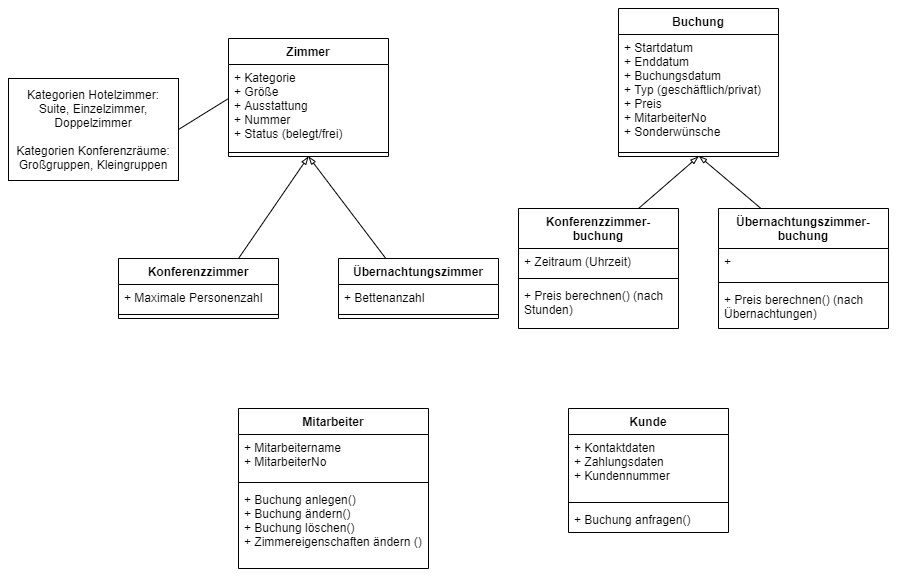
Earlier version of the draw.io export Meeting_Protocols/Projekt_Klassenübersicht.png (fh-erfurt/Businesshotel-Roommanager). Source tidied: cells renumbered, new cells last; positions are measured from the earlier drawing's top-left corner, leaving out a move shared by most shapes.
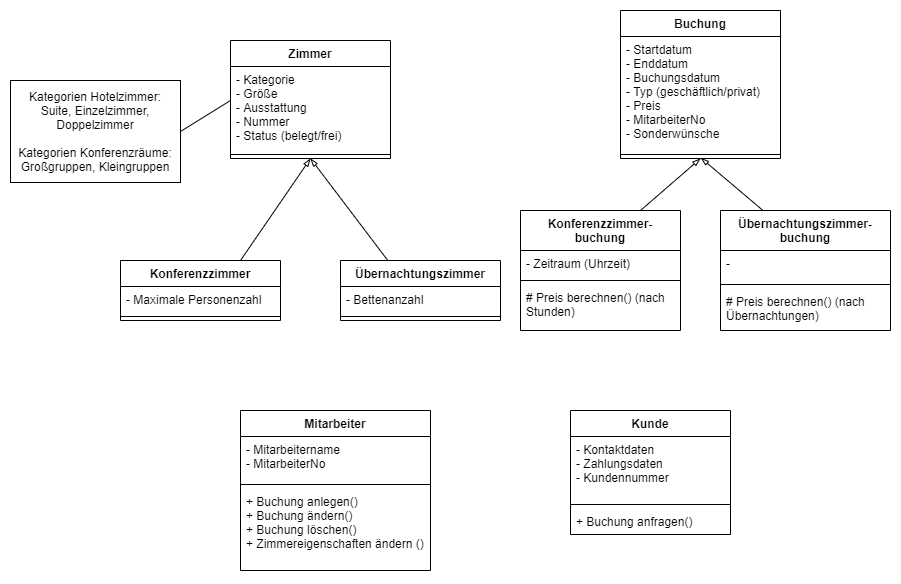
Above is the later version.

Commit message:
Klassenübersicht geändert -Zugriffsmodifikatoren eingepflegt

Diff of the diagram source:
```diff
@@ -11,7 +11,7 @@
     <mxCell id="4" value="Zimmer" style="swimlane;fontStyle=1;align=center;verticalAlign=top;horizontal=1;startSize=26;" parent="1" vertex="1">
       <mxGeometry x="220" y="30" width="160" height="118" as="geometry" />
     </mxCell>
-    <mxCell id="5" value="+ Kategorie &#10;+ Größe&#10;+ Ausstattung&#10;+ Nummer&#10;+ Status (belegt/frei)" style="text;strokeColor=none;fillColor=none;align=left;verticalAlign=top;spacingLeft=4;spacingRight=4;overflow=hidden;points=[[0,0.5],[1,0.5]];portConstraint=eastwest;" parent="4" vertex="1">
+    <mxCell id="5" value="- Kategorie &#10;- Größe&#10;- Ausstattung&#10;- Nummer&#10;- Status (belegt/frei)" style="text;strokeColor=none;fillColor=none;align=left;verticalAlign=top;spacingLeft=4;spacingRight=4;overflow=hidden;points=[[0,0.5],[1,0.5]];portConstraint=eastwest;" parent="4" vertex="1">
       <mxGeometry y="26" width="160" height="84" as="geometry" />
     </mxCell>
     <mxCell id="6" style="line;strokeWidth=1;fillColor=none;align=left;verticalAlign=middle;spacingTop=-1;spacingLeft=3;spacingRight=3;labelPosition=right;" parent="4" vertex="1">
@@ -20,7 +20,7 @@
     <mxCell id="7" value="Mitarbeiter" style="swimlane;fontStyle=1;align=center;verticalAlign=top;horizontal=1;startSize=26;" parent="1" vertex="1">
       <mxGeometry x="230" y="400" width="190" height="160" as="geometry" />
     </mxCell>
-    <mxCell id="8" value="+ Mitarbeitername&#10;+ MitarbeiterNo" style="text;strokeColor=none;fillColor=none;align=left;verticalAlign=top;spacingLeft=4;spacingRight=4;overflow=hidden;" parent="7" vertex="1">
+    <mxCell id="8" value="- Mitarbeitername&#10;- MitarbeiterNo" style="text;strokeColor=none;fillColor=none;align=left;verticalAlign=top;spacingLeft=4;spacingRight=4;overflow=hidden;" parent="7" vertex="1">
       <mxGeometry y="26" width="190" height="44" as="geometry" />
     </mxCell>
     <mxCell id="9" style="line;strokeWidth=1;fillColor=none;align=left;verticalAlign=middle;spacingTop=-1;spacingLeft=3;spacingRight=3;labelPosition=right;" parent="7" vertex="1">
@@ -38,7 +38,7 @@
     <mxCell id="13" value="Buchung" style="swimlane;fontStyle=1;align=center;verticalAlign=top;horizontal=1;startSize=26;" parent="1" vertex="1">
       <mxGeometry x="610" width="160" height="148" as="geometry" />
     </mxCell>
-    <mxCell id="14" value="+ Startdatum&#10;+ Enddatum&#10;+ Buchungsdatum&#10;+ Typ (geschäftlich/privat)&#10;+ Preis&#10;+ MitarbeiterNo&#10;+ Sonderwünsche" style="text;strokeColor=none;fillColor=none;align=left;verticalAlign=top;spacingLeft=4;spacingRight=4;overflow=hidden;" parent="13" vertex="1">
+    <mxCell id="14" value="- Startdatum&#10;- Enddatum&#10;- Buchungsdatum&#10;- Typ (geschäftlich/privat)&#10;- Preis&#10;- MitarbeiterNo&#10;- Sonderwünsche" style="text;strokeColor=none;fillColor=none;align=left;verticalAlign=top;spacingLeft=4;spacingRight=4;overflow=hidden;" parent="13" vertex="1">
       <mxGeometry y="26" width="160" height="114" as="geometry" />
     </mxCell>
     <mxCell id="15" style="line;strokeWidth=1;fillColor=none;align=left;verticalAlign=middle;spacingTop=-1;spacingLeft=3;spacingRight=3;labelPosition=right;points=[];portConstraint=eastwest;" parent="13" vertex="1">
@@ -47,7 +47,7 @@
     <mxCell id="16" value="Kunde" style="swimlane;fontStyle=1;align=center;verticalAlign=top;horizontal=1;startSize=26;" parent="1" vertex="1">
       <mxGeometry x="560" y="400" width="160" height="124" as="geometry" />
     </mxCell>
-    <mxCell id="17" value="+ Kontaktdaten&#10;+ Zahlungsdaten&#10;+ Kundennummer" style="text;strokeColor=none;fillColor=none;align=left;verticalAlign=top;spacingLeft=4;spacingRight=4;overflow=hidden;" parent="16" vertex="1">
+    <mxCell id="17" value="- Kontaktdaten&#10;- Zahlungsdaten&#10;- Kundennummer" style="text;strokeColor=none;fillColor=none;align=left;verticalAlign=top;spacingLeft=4;spacingRight=4;overflow=hidden;" parent="16" vertex="1">
       <mxGeometry y="26" width="160" height="64" as="geometry" />
     </mxCell>
     <mxCell id="18" style="line;strokeWidth=1;fillColor=none;align=left;verticalAlign=middle;spacingTop=-1;spacingLeft=3;spacingRight=3;labelPosition=right;" parent="16" vertex="1">
@@ -59,7 +59,7 @@
     <mxCell id="20" value="Konferenzzimmer" style="swimlane;fontStyle=1;align=center;verticalAlign=top;horizontal=1;startSize=26;" parent="1" vertex="1">
       <mxGeometry x="110" y="250" width="160" height="60" as="geometry" />
     </mxCell>
-    <mxCell id="21" value="+ Maximale Personenzahl" style="text;strokeColor=none;fillColor=none;align=left;verticalAlign=top;spacingLeft=4;spacingRight=4;overflow=hidden;" parent="20" vertex="1">
+    <mxCell id="21" value="- Maximale Personenzahl" style="text;strokeColor=none;fillColor=none;align=left;verticalAlign=top;spacingLeft=4;spacingRight=4;overflow=hidden;" parent="20" vertex="1">
       <mxGeometry y="26" width="160" height="26" as="geometry" />
     </mxCell>
     <mxCell id="22" style="line;strokeWidth=1;fillColor=none;align=left;verticalAlign=middle;spacingTop=-1;spacingLeft=3;spacingRight=3;labelPosition=right;" parent="20" vertex="1">
@@ -68,7 +68,7 @@
     <mxCell id="23" value="Übernachtungszimmer" style="swimlane;fontStyle=1;align=center;verticalAlign=top;horizontal=1;startSize=26;" parent="1" vertex="1">
       <mxGeometry x="330" y="250" width="160" height="60" as="geometry" />
     </mxCell>
-    <mxCell id="24" value="+ Bettenanzahl" style="text;strokeColor=none;fillColor=none;align=left;verticalAlign=top;spacingLeft=4;spacingRight=4;overflow=hidden;" parent="23" vertex="1">
+    <mxCell id="24" value="- Bettenanzahl" style="text;strokeColor=none;fillColor=none;align=left;verticalAlign=top;spacingLeft=4;spacingRight=4;overflow=hidden;" parent="23" vertex="1">
       <mxGeometry y="26" width="160" height="26" as="geometry" />
     </mxCell>
     <mxCell id="25" style="line;strokeWidth=1;fillColor=none;align=left;verticalAlign=middle;spacingTop=-1;spacingLeft=3;spacingRight=3;labelPosition=right;" parent="23" vertex="1">
@@ -77,25 +77,25 @@
     <mxCell id="26" value="Übernachtungszimmer-buchung" style="swimlane;fontStyle=1;align=center;verticalAlign=top;horizontal=1;startSize=40;whiteSpace=wrap;" parent="1" vertex="1">
       <mxGeometry x="710" y="200" width="170" height="120" as="geometry" />
     </mxCell>
-    <mxCell id="27" value="+ " style="text;strokeColor=none;fillColor=none;align=left;verticalAlign=top;spacingLeft=4;spacingRight=4;overflow=hidden;" parent="26" vertex="1">
+    <mxCell id="27" value="- " style="text;strokeColor=none;fillColor=none;align=left;verticalAlign=top;spacingLeft=4;spacingRight=4;overflow=hidden;" parent="26" vertex="1">
       <mxGeometry y="40" width="170" height="30" as="geometry" />
     </mxCell>
     <mxCell id="28" style="line;strokeWidth=1;fillColor=none;align=left;verticalAlign=middle;spacingTop=-1;spacingLeft=3;spacingRight=3;labelPosition=right;" parent="26" vertex="1">
       <mxGeometry y="70" width="170" height="8" as="geometry" />
     </mxCell>
-    <mxCell id="29" value="+ Preis berechnen() (nach Übernachtungen)" style="text;strokeColor=none;fillColor=none;align=left;verticalAlign=top;spacingLeft=4;spacingRight=4;overflow=hidden;whiteSpace=wrap;" parent="26" vertex="1">
+    <mxCell id="29" value="# Preis berechnen() (nach Übernachtungen)" style="text;strokeColor=none;fillColor=none;align=left;verticalAlign=top;spacingLeft=4;spacingRight=4;overflow=hidden;whiteSpace=wrap;" parent="26" vertex="1">
       <mxGeometry y="78" width="170" height="42" as="geometry" />
     </mxCell>
     <mxCell id="30" value="Konferenzzimmer- buchung" style="swimlane;fontStyle=1;align=center;verticalAlign=top;horizontal=1;startSize=40;whiteSpace=wrap;" parent="1" vertex="1">
       <mxGeometry x="510" y="200" width="160" height="120" as="geometry" />
     </mxCell>
-    <mxCell id="31" value="+ Zeitraum (Uhrzeit)&#10;" style="text;strokeColor=none;fillColor=none;align=left;verticalAlign=top;spacingLeft=4;spacingRight=4;overflow=hidden;" parent="30" vertex="1">
+    <mxCell id="31" value="- Zeitraum (Uhrzeit)&#10;" style="text;strokeColor=none;fillColor=none;align=left;verticalAlign=top;spacingLeft=4;spacingRight=4;overflow=hidden;" parent="30" vertex="1">
       <mxGeometry y="40" width="160" height="26" as="geometry" />
     </mxCell>
     <mxCell id="32" style="line;strokeWidth=1;fillColor=none;align=left;verticalAlign=middle;spacingTop=-1;spacingLeft=3;spacingRight=3;labelPosition=right;" parent="30" vertex="1">
       <mxGeometry y="66" width="160" height="8" as="geometry" />
     </mxCell>
-    <mxCell id="33" value="+ Preis berechnen() (nach Stunden)" style="text;strokeColor=none;fillColor=none;align=left;verticalAlign=top;spacingLeft=4;spacingRight=4;overflow=hidden;whiteSpace=wrap;" parent="30" vertex="1">
+    <mxCell id="33" value="# Preis berechnen() (nach Stunden)" style="text;strokeColor=none;fillColor=none;align=left;verticalAlign=top;spacingLeft=4;spacingRight=4;overflow=hidden;whiteSpace=wrap;" parent="30" vertex="1">
       <mxGeometry y="74" width="160" height="46" as="geometry" />
     </mxCell>
     <mxCell id="34" style="edgeStyle=none;rounded=0;jettySize=auto;html=1;startArrow=none;startFill=0;endArrow=none;endFill=0;exitX=0;exitY=0.405;exitDx=0;exitDy=0;exitPerimeter=0;entryX=1;entryY=0.5;entryDx=0;entryDy=0;" parent="1" edge="1" source="5" target="35">
```
